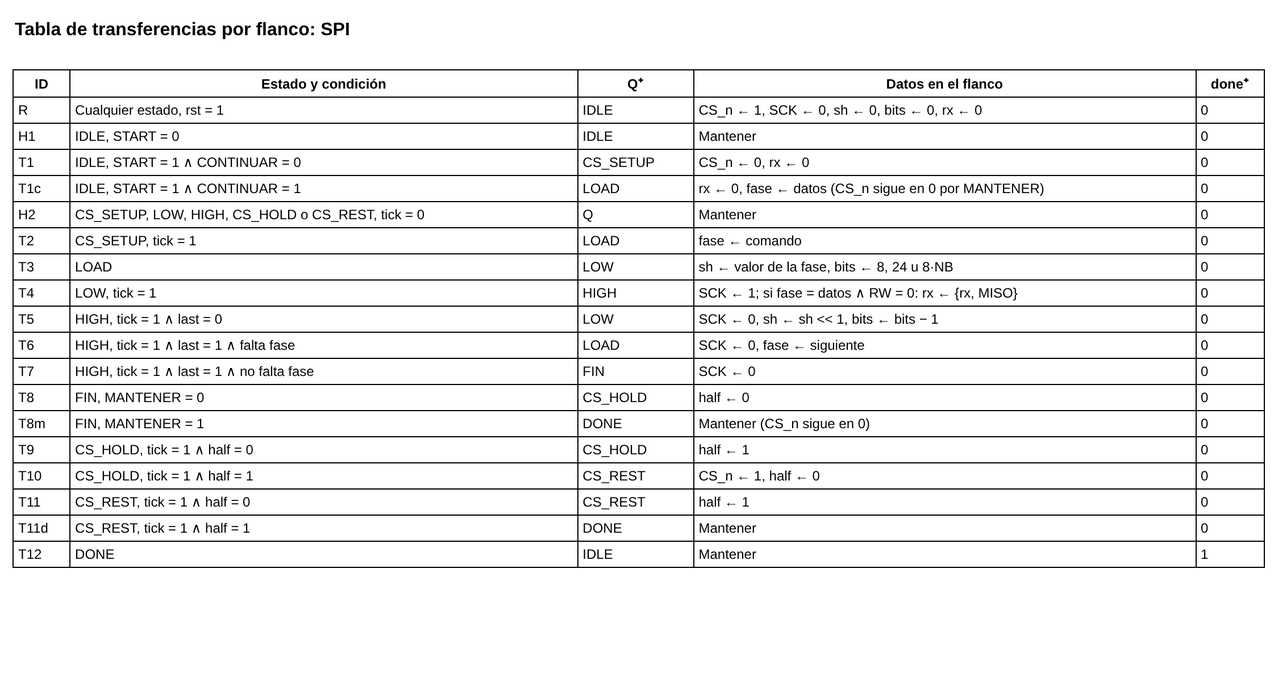
Earlier version of the draw.io export grupo1-memoria-externa/docs/diagramas/6-asmd/Grupo1_Tabla_Transferencias_SPI.drawio.png (wwilchesc/Proyecto-Final-Digital-Grupo-10). Source tidied: cells renumbered, new cells last; positions are measured from the earlier drawing's top-left corner, leaving out a move shared by most shapes. Source of this version:
```xml
<mxGraphModel background="#ffffff">
  <root>
    <mxCell id="0" />
    <mxCell id="1" parent="0" />
    <mxCell id="2" value="Tabla de transferencias por flanco: SPI" style="text;html=1;align=left;verticalAlign=middle;whiteSpace=wrap;rounded=0;fontSize=16;fontStyle=1;" parent="1" vertex="1">
      <mxGeometry width="800" height="30" as="geometry" />
    </mxCell>
    <mxCell id="3" value="&lt;table border=&quot;1&quot; cellpadding=&quot;4&quot; style=&quot;border-collapse:collapse;font-size:12px;width:100%&quot;&gt;&lt;tr&gt;&lt;th&gt;ID&lt;/th&gt;&lt;th&gt;Estado y condición&lt;/th&gt;&lt;th&gt;Q⁺&lt;/th&gt;&lt;th&gt;Datos en el flanco&lt;/th&gt;&lt;th&gt;done⁺&lt;/th&gt;&lt;/tr&gt;&lt;tr&gt;&lt;td&gt;R&lt;/td&gt;&lt;td&gt;Cualquier estado, rst = 1&lt;/td&gt;&lt;td&gt;IDLE&lt;/td&gt;&lt;td&gt;CS_n ← 1, SCK ← 0, sh ← 0, bits ← 0, rx ← 0&lt;/td&gt;&lt;td&gt;0&lt;/td&gt;&lt;/tr&gt;&lt;tr&gt;&lt;td&gt;H1&lt;/td&gt;&lt;td&gt;IDLE, START = 0&lt;/td&gt;&lt;td&gt;IDLE&lt;/td&gt;&lt;td&gt;Mantener&lt;/td&gt;&lt;td&gt;0&lt;/td&gt;&lt;/tr&gt;&lt;tr&gt;&lt;td&gt;T1&lt;/td&gt;&lt;td&gt;IDLE, START = 1 ∧ CONTINUAR = 0&lt;/td&gt;&lt;td&gt;CS_SETUP&lt;/td&gt;&lt;td&gt;CS_n ← 0, rx ← 0&lt;/td&gt;&lt;td&gt;0&lt;/td&gt;&lt;/tr&gt;&lt;tr&gt;&lt;td&gt;T1c&lt;/td&gt;&lt;td&gt;IDLE, START = 1 ∧ CONTINUAR = 1&lt;/td&gt;&lt;td&gt;LOAD&lt;/td&gt;&lt;td&gt;rx ← 0, fase ← datos (CS_n sigue en 0 por MANTENER)&lt;/td&gt;&lt;td&gt;0&lt;/td&gt;&lt;/tr&gt;&lt;tr&gt;&lt;td&gt;H2&lt;/td&gt;&lt;td&gt;CS_SETUP, LOW, HIGH, CS_HOLD o CS_REST, tick = 0&lt;/td&gt;&lt;td&gt;Q&lt;/td&gt;&lt;td&gt;Mantener&lt;/td&gt;&lt;td&gt;0&lt;/td&gt;&lt;/tr&gt;&lt;tr&gt;&lt;td&gt;T2&lt;/td&gt;&lt;td&gt;CS_SETUP, tick = 1&lt;/td&gt;&lt;td&gt;LOAD&lt;/td&gt;&lt;td&gt;fase ← comando&lt;/td&gt;&lt;td&gt;0&lt;/td&gt;&lt;/tr&gt;&lt;tr&gt;&lt;td&gt;T3&lt;/td&gt;&lt;td&gt;LOAD&lt;/td&gt;&lt;td&gt;LOW&lt;/td&gt;&lt;td&gt;sh ← valor de la fase, bits ← 8, 24 u 8·NB&lt;/td&gt;&lt;td&gt;0&lt;/td&gt;&lt;/tr&gt;&lt;tr&gt;&lt;td&gt;T4&lt;/td&gt;&lt;td&gt;LOW, tick = 1&lt;/td&gt;&lt;td&gt;HIGH&lt;/td&gt;&lt;td&gt;SCK ← 1; si fase = datos ∧ RW = 0: rx ← {rx, MISO}&lt;/td&gt;&lt;td&gt;0&lt;/td&gt;&lt;/tr&gt;&lt;tr&gt;&lt;td&gt;T5&lt;/td&gt;&lt;td&gt;HIGH, tick = 1 ∧ last = 0&lt;/td&gt;&lt;td&gt;LOW&lt;/td&gt;&lt;td&gt;SCK ← 0, sh ← sh &amp;lt;&amp;lt; 1, bits ← bits − 1&lt;/td&gt;&lt;td&gt;0&lt;/td&gt;&lt;/tr&gt;&lt;tr&gt;&lt;td&gt;T6&lt;/td&gt;&lt;td&gt;HIGH, tick = 1 ∧ last = 1 ∧ falta fase&lt;/td&gt;&lt;td&gt;LOAD&lt;/td&gt;&lt;td&gt;SCK ← 0, fase ← siguiente&lt;/td&gt;&lt;td&gt;0&lt;/td&gt;&lt;/tr&gt;&lt;tr&gt;&lt;td&gt;T7&lt;/td&gt;&lt;td&gt;HIGH, tick = 1 ∧ last = 1 ∧ no falta fase&lt;/td&gt;&lt;td&gt;FIN&lt;/td&gt;&lt;td&gt;SCK ← 0&lt;/td&gt;&lt;td&gt;0&lt;/td&gt;&lt;/tr&gt;&lt;tr&gt;&lt;td&gt;T8&lt;/td&gt;&lt;td&gt;FIN, MANTENER = 0&lt;/td&gt;&lt;td&gt;CS_HOLD&lt;/td&gt;&lt;td&gt;half ← 0&lt;/td&gt;&lt;td&gt;0&lt;/td&gt;&lt;/tr&gt;&lt;tr&gt;&lt;td&gt;T8m&lt;/td&gt;&lt;td&gt;FIN, MANTENER = 1&lt;/td&gt;&lt;td&gt;DONE&lt;/td&gt;&lt;td&gt;Mantener (CS_n sigue en 0)&lt;/td&gt;&lt;td&gt;0&lt;/td&gt;&lt;/tr&gt;&lt;tr&gt;&lt;td&gt;T9&lt;/td&gt;&lt;td&gt;CS_HOLD, tick = 1 ∧ half = 0&lt;/td&gt;&lt;td&gt;CS_HOLD&lt;/td&gt;&lt;td&gt;half ← 1&lt;/td&gt;&lt;td&gt;0&lt;/td&gt;&lt;/tr&gt;&lt;tr&gt;&lt;td&gt;T10&lt;/td&gt;&lt;td&gt;CS_HOLD, tick = 1 ∧ half = 1&lt;/td&gt;&lt;td&gt;CS_REST&lt;/td&gt;&lt;td&gt;CS_n ← 1, half ← 0&lt;/td&gt;&lt;td&gt;0&lt;/td&gt;&lt;/tr&gt;&lt;tr&gt;&lt;td&gt;T11&lt;/td&gt;&lt;td&gt;CS_REST, tick = 1 ∧ half = 0&lt;/td&gt;&lt;td&gt;CS_REST&lt;/td&gt;&lt;td&gt;half ← 1&lt;/td&gt;&lt;td&gt;0&lt;/td&gt;&lt;/tr&gt;&lt;tr&gt;&lt;td&gt;T11d&lt;/td&gt;&lt;td&gt;CS_REST, tick = 1 ∧ half = 1&lt;/td&gt;&lt;td&gt;DONE&lt;/td&gt;&lt;td&gt;Mantener&lt;/td&gt;&lt;td&gt;0&lt;/td&gt;&lt;/tr&gt;&lt;tr&gt;&lt;td&gt;T12&lt;/td&gt;&lt;td&gt;DONE&lt;/td&gt;&lt;td&gt;IDLE&lt;/td&gt;&lt;td&gt;Mantener&lt;/td&gt;&lt;td&gt;1&lt;/td&gt;&lt;/tr&gt;&lt;/table&gt;" style="text;html=1;whiteSpace=wrap;overflow=fill;align=left;verticalAlign=top;" parent="1" vertex="1">
      <mxGeometry y="50" width="1100" height="540" as="geometry" />
    </mxCell>
  </root>
</mxGraphModel>
```
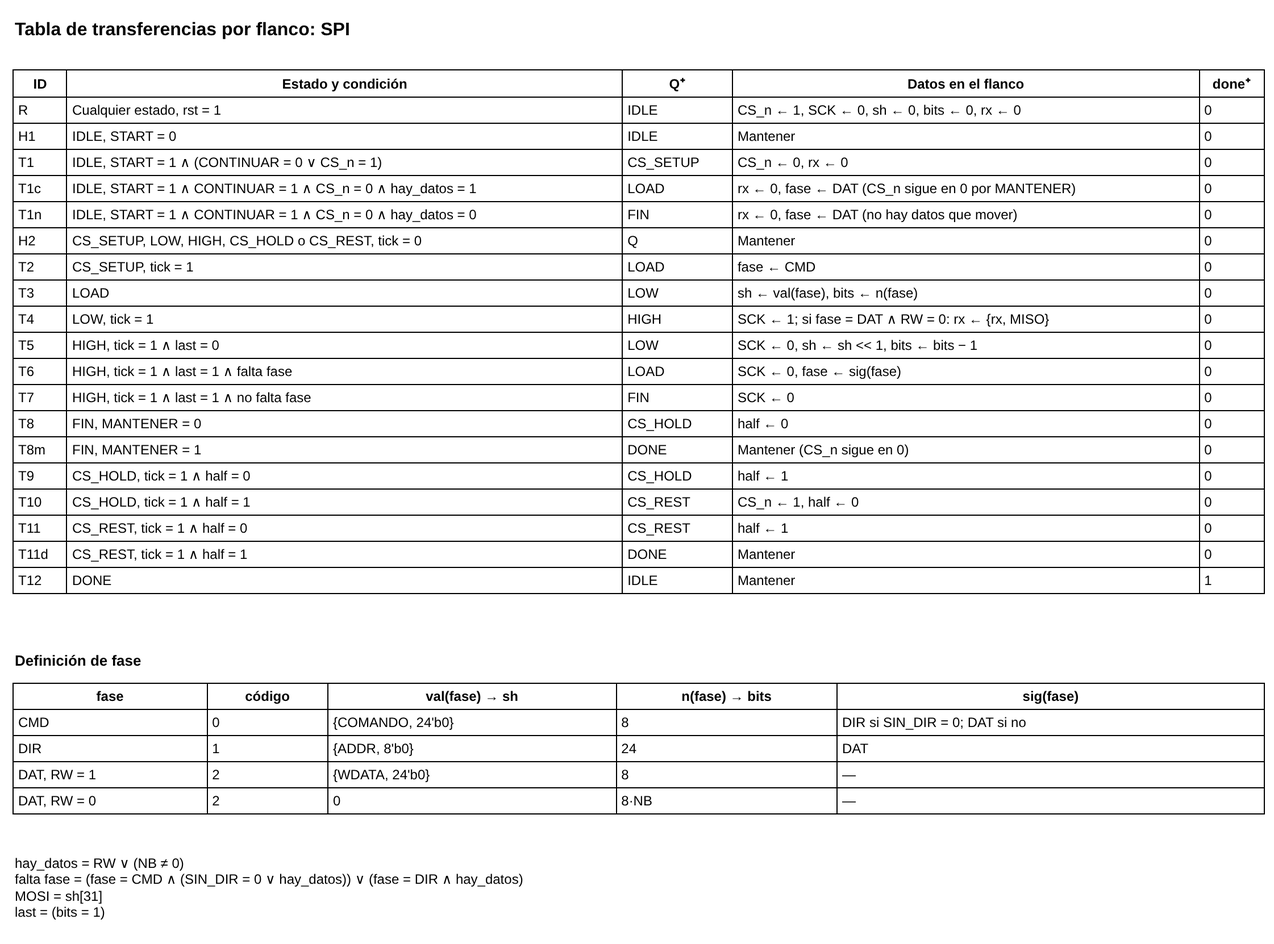
Above is the later version.

Commit message:
Grupo 1: tabla de transferencias del SPI corregida (T1n y definición de fase)

Diff of the diagram source:
```diff
@@ -1,12 +1,21 @@
 <mxGraphModel background="#ffffff">
   <root>
-    <mxCell id="0" />
-    <mxCell id="1" parent="0" />
+    <mxCell id="4" />
+    <mxCell id="5" parent="4" />
-    <mxCell id="2" value="Tabla de transferencias por flanco: SPI" style="text;html=1;align=left;verticalAlign=middle;whiteSpace=wrap;rounded=0;fontSize=16;fontStyle=1;" parent="1" vertex="1">
+    <mxCell id="2" value="Tabla de transferencias por flanco: SPI" style="text;html=1;align=left;verticalAlign=middle;whiteSpace=wrap;rounded=0;fontSize=16;fontStyle=1;" parent="5" vertex="1">
       <mxGeometry width="800" height="30" as="geometry" />
     </mxCell>
-    <mxCell id="3" value="&lt;table border=&quot;1&quot; cellpadding=&quot;4&quot; style=&quot;border-collapse:collapse;font-size:12px;width:100%&quot;&gt;&lt;tr&gt;&lt;th&gt;ID&lt;/th&gt;&lt;th&gt;Estado y condición&lt;/th&gt;&lt;th&gt;Q⁺&lt;/th&gt;&lt;th&gt;Datos en el flanco&lt;/th&gt;&lt;th&gt;done⁺&lt;/th&gt;&lt;/tr&gt;&lt;tr&gt;&lt;td&gt;R&lt;/td&gt;&lt;td&gt;Cualquier estado, rst = 1&lt;/td&gt;&lt;td&gt;IDLE&lt;/td&gt;&lt;td&gt;CS_n ← 1, SCK ← 0, sh ← 0, bits ← 0, rx ← 0&lt;/td&gt;&lt;td&gt;0&lt;/td&gt;&lt;/tr&gt;&lt;tr&gt;&lt;td&gt;H1&lt;/td&gt;&lt;td&gt;IDLE, START = 0&lt;/td&gt;&lt;td&gt;IDLE&lt;/td&gt;&lt;td&gt;Mantener&lt;/td&gt;&lt;td&gt;0&lt;/td&gt;&lt;/tr&gt;&lt;tr&gt;&lt;td&gt;T1&lt;/td&gt;&lt;td&gt;IDLE, START = 1 ∧ CONTINUAR = 0&lt;/td&gt;&lt;td&gt;CS_SETUP&lt;/td&gt;&lt;td&gt;CS_n ← 0, rx ← 0&lt;/td&gt;&lt;td&gt;0&lt;/td&gt;&lt;/tr&gt;&lt;tr&gt;&lt;td&gt;T1c&lt;/td&gt;&lt;td&gt;IDLE, START = 1 ∧ CONTINUAR = 1&lt;/td&gt;&lt;td&gt;LOAD&lt;/td&gt;&lt;td&gt;rx ← 0, fase ← datos (CS_n sigue en 0 por MANTENER)&lt;/td&gt;&lt;td&gt;0&lt;/td&gt;&lt;/tr&gt;&lt;tr&gt;&lt;td&gt;H2&lt;/td&gt;&lt;td&gt;CS_SETUP, LOW, HIGH, CS_HOLD o CS_REST, tick = 0&lt;/td&gt;&lt;td&gt;Q&lt;/td&gt;&lt;td&gt;Mantener&lt;/td&gt;&lt;td&gt;0&lt;/td&gt;&lt;/tr&gt;&lt;tr&gt;&lt;td&gt;T2&lt;/td&gt;&lt;td&gt;CS_SETUP, tick = 1&lt;/td&gt;&lt;td&gt;LOAD&lt;/td&gt;&lt;td&gt;fase ← comando&lt;/td&gt;&lt;td&gt;0&lt;/td&gt;&lt;/tr&gt;&lt;tr&gt;&lt;td&gt;T3&lt;/td&gt;&lt;td&gt;LOAD&lt;/td&gt;&lt;td&gt;LOW&lt;/td&gt;&lt;td&gt;sh ← valor de la fase, bits ← 8, 24 u 8·NB&lt;/td&gt;&lt;td&gt;0&lt;/td&gt;&lt;/tr&gt;&lt;tr&gt;&lt;td&gt;T4&lt;/td&gt;&lt;td&gt;LOW, tick = 1&lt;/td&gt;&lt;td&gt;HIGH&lt;/td&gt;&lt;td&gt;SCK ← 1; si fase = datos ∧ RW = 0: rx ← {rx, MISO}&lt;/td&gt;&lt;td&gt;0&lt;/td&gt;&lt;/tr&gt;&lt;tr&gt;&lt;td&gt;T5&lt;/td&gt;&lt;td&gt;HIGH, tick = 1 ∧ last = 0&lt;/td&gt;&lt;td&gt;LOW&lt;/td&gt;&lt;td&gt;SCK ← 0, sh ← sh &amp;lt;&amp;lt; 1, bits ← bits − 1&lt;/td&gt;&lt;td&gt;0&lt;/td&gt;&lt;/tr&gt;&lt;tr&gt;&lt;td&gt;T6&lt;/td&gt;&lt;td&gt;HIGH, tick = 1 ∧ last = 1 ∧ falta fase&lt;/td&gt;&lt;td&gt;LOAD&lt;/td&gt;&lt;td&gt;SCK ← 0, fase ← siguiente&lt;/td&gt;&lt;td&gt;0&lt;/td&gt;&lt;/tr&gt;&lt;tr&gt;&lt;td&gt;T7&lt;/td&gt;&lt;td&gt;HIGH, tick = 1 ∧ last = 1 ∧ no falta fase&lt;/td&gt;&lt;td&gt;FIN&lt;/td&gt;&lt;td&gt;SCK ← 0&lt;/td&gt;&lt;td&gt;0&lt;/td&gt;&lt;/tr&gt;&lt;tr&gt;&lt;td&gt;T8&lt;/td&gt;&lt;td&gt;FIN, MANTENER = 0&lt;/td&gt;&lt;td&gt;CS_HOLD&lt;/td&gt;&lt;td&gt;half ← 0&lt;/td&gt;&lt;td&gt;0&lt;/td&gt;&lt;/tr&gt;&lt;tr&gt;&lt;td&gt;T8m&lt;/td&gt;&lt;td&gt;FIN, MANTENER = 1&lt;/td&gt;&lt;td&gt;DONE&lt;/td&gt;&lt;td&gt;Mantener (CS_n sigue en 0)&lt;/td&gt;&lt;td&gt;0&lt;/td&gt;&lt;/tr&gt;&lt;tr&gt;&lt;td&gt;T9&lt;/td&gt;&lt;td&gt;CS_HOLD, tick = 1 ∧ half = 0&lt;/td&gt;&lt;td&gt;CS_HOLD&lt;/td&gt;&lt;td&gt;half ← 1&lt;/td&gt;&lt;td&gt;0&lt;/td&gt;&lt;/tr&gt;&lt;tr&gt;&lt;td&gt;T10&lt;/td&gt;&lt;td&gt;CS_HOLD, tick = 1 ∧ half = 1&lt;/td&gt;&lt;td&gt;CS_REST&lt;/td&gt;&lt;td&gt;CS_n ← 1, half ← 0&lt;/td&gt;&lt;td&gt;0&lt;/td&gt;&lt;/tr&gt;&lt;tr&gt;&lt;td&gt;T11&lt;/td&gt;&lt;td&gt;CS_REST, tick = 1 ∧ half = 0&lt;/td&gt;&lt;td&gt;CS_REST&lt;/td&gt;&lt;td&gt;half ← 1&lt;/td&gt;&lt;td&gt;0&lt;/td&gt;&lt;/tr&gt;&lt;tr&gt;&lt;td&gt;T11d&lt;/td&gt;&lt;td&gt;CS_REST, tick = 1 ∧ half = 1&lt;/td&gt;&lt;td&gt;DONE&lt;/td&gt;&lt;td&gt;Mantener&lt;/td&gt;&lt;td&gt;0&lt;/td&gt;&lt;/tr&gt;&lt;tr&gt;&lt;td&gt;T12&lt;/td&gt;&lt;td&gt;DONE&lt;/td&gt;&lt;td&gt;IDLE&lt;/td&gt;&lt;td&gt;Mantener&lt;/td&gt;&lt;td&gt;1&lt;/td&gt;&lt;/tr&gt;&lt;/table&gt;" style="text;html=1;whiteSpace=wrap;overflow=fill;align=left;verticalAlign=top;" parent="1" vertex="1">
-      <mxGeometry y="50" width="1100" height="540" as="geometry" />
-    </mxCell>
+    <mxCell id="6" value="&lt;table border=&quot;1&quot; cellpadding=&quot;4&quot; style=&quot;border-collapse:collapse;font-size:12px;width:100%&quot;&gt;&lt;tr&gt;&lt;th&gt;ID&lt;/th&gt;&lt;th&gt;Estado y condición&lt;/th&gt;&lt;th&gt;Q⁺&lt;/th&gt;&lt;th&gt;Datos en el flanco&lt;/th&gt;&lt;th&gt;done⁺&lt;/th&gt;&lt;/tr&gt;&lt;tr&gt;&lt;td&gt;R&lt;/td&gt;&lt;td&gt;Cualquier estado, rst = 1&lt;/td&gt;&lt;td&gt;IDLE&lt;/td&gt;&lt;td&gt;CS_n ← 1, SCK ← 0, sh ← 0, bits ← 0, rx ← 0&lt;/td&gt;&lt;td&gt;0&lt;/td&gt;&lt;/tr&gt;&lt;tr&gt;&lt;td&gt;H1&lt;/td&gt;&lt;td&gt;IDLE, START = 0&lt;/td&gt;&lt;td&gt;IDLE&lt;/td&gt;&lt;td&gt;Mantener&lt;/td&gt;&lt;td&gt;0&lt;/td&gt;&lt;/tr&gt;&lt;tr&gt;&lt;td&gt;T1&lt;/td&gt;&lt;td&gt;IDLE, START = 1 ∧ (CONTINUAR = 0 ∨ CS_n = 1)&lt;/td&gt;&lt;td&gt;CS_SETUP&lt;/td&gt;&lt;td&gt;CS_n ← 0, rx ← 0&lt;/td&gt;&lt;td&gt;0&lt;/td&gt;&lt;/tr&gt;&lt;tr&gt;&lt;td&gt;T1c&lt;/td&gt;&lt;td&gt;IDLE, START = 1 ∧ CONTINUAR = 1 ∧ CS_n = 0 ∧ hay_datos = 1&lt;/td&gt;&lt;td&gt;LOAD&lt;/td&gt;&lt;td&gt;rx ← 0, fase ← DAT (CS_n sigue en 0 por MANTENER)&lt;/td&gt;&lt;td&gt;0&lt;/td&gt;&lt;/tr&gt;&lt;tr&gt;&lt;td&gt;T1n&lt;/td&gt;&lt;td&gt;IDLE, START = 1 ∧ CONTINUAR = 1 ∧ CS_n = 0 ∧ hay_datos = 0&lt;/td&gt;&lt;td&gt;FIN&lt;/td&gt;&lt;td&gt;rx ← 0, fase ← DAT (no hay datos que mover)&lt;/td&gt;&lt;td&gt;0&lt;/td&gt;&lt;/tr&gt;&lt;tr&gt;&lt;td&gt;H2&lt;/td&gt;&lt;td&gt;CS_SETUP, LOW, HIGH, CS_HOLD o CS_REST, tick = 0&lt;/td&gt;&lt;td&gt;Q&lt;/td&gt;&lt;td&gt;Mantener&lt;/td&gt;&lt;td&gt;0&lt;/td&gt;&lt;/tr&gt;&lt;tr&gt;&lt;td&gt;T2&lt;/td&gt;&lt;td&gt;CS_SETUP, tick = 1&lt;/td&gt;&lt;td&gt;LOAD&lt;/td&gt;&lt;td&gt;fase ← CMD&lt;/td&gt;&lt;td&gt;0&lt;/td&gt;&lt;/tr&gt;&lt;tr&gt;&lt;td&gt;T3&lt;/td&gt;&lt;td&gt;LOAD&lt;/td&gt;&lt;td&gt;LOW&lt;/td&gt;&lt;td&gt;sh ← val(fase), bits ← n(fase)&lt;/td&gt;&lt;td&gt;0&lt;/td&gt;&lt;/tr&gt;&lt;tr&gt;&lt;td&gt;T4&lt;/td&gt;&lt;td&gt;LOW, tick = 1&lt;/td&gt;&lt;td&gt;HIGH&lt;/td&gt;&lt;td&gt;SCK ← 1; si fase = DAT ∧ RW = 0: rx ← {rx, MISO}&lt;/td&gt;&lt;td&gt;0&lt;/td&gt;&lt;/tr&gt;&lt;tr&gt;&lt;td&gt;T5&lt;/td&gt;&lt;td&gt;HIGH, tick = 1 ∧ last = 0&lt;/td&gt;&lt;td&gt;LOW&lt;/td&gt;&lt;td&gt;SCK ← 0, sh ← sh &amp;lt;&amp;lt; 1, bits ← bits − 1&lt;/td&gt;&lt;td&gt;0&lt;/td&gt;&lt;/tr&gt;&lt;tr&gt;&lt;td&gt;T6&lt;/td&gt;&lt;td&gt;HIGH, tick = 1 ∧ last = 1 ∧ falta fase&lt;/td&gt;&lt;td&gt;LOAD&lt;/td&gt;&lt;td&gt;SCK ← 0, fase ← sig(fase)&lt;/td&gt;&lt;td&gt;0&lt;/td&gt;&lt;/tr&gt;&lt;tr&gt;&lt;td&gt;T7&lt;/td&gt;&lt;td&gt;HIGH, tick = 1 ∧ last = 1 ∧ no falta fase&lt;/td&gt;&lt;td&gt;FIN&lt;/td&gt;&lt;td&gt;SCK ← 0&lt;/td&gt;&lt;td&gt;0&lt;/td&gt;&lt;/tr&gt;&lt;tr&gt;&lt;td&gt;T8&lt;/td&gt;&lt;td&gt;FIN, MANTENER = 0&lt;/td&gt;&lt;td&gt;CS_HOLD&lt;/td&gt;&lt;td&gt;half ← 0&lt;/td&gt;&lt;td&gt;0&lt;/td&gt;&lt;/tr&gt;&lt;tr&gt;&lt;td&gt;T8m&lt;/td&gt;&lt;td&gt;FIN, MANTENER = 1&lt;/td&gt;&lt;td&gt;DONE&lt;/td&gt;&lt;td&gt;Mantener (CS_n sigue en 0)&lt;/td&gt;&lt;td&gt;0&lt;/td&gt;&lt;/tr&gt;&lt;tr&gt;&lt;td&gt;T9&lt;/td&gt;&lt;td&gt;CS_HOLD, tick = 1 ∧ half = 0&lt;/td&gt;&lt;td&gt;CS_HOLD&lt;/td&gt;&lt;td&gt;half ← 1&lt;/td&gt;&lt;td&gt;0&lt;/td&gt;&lt;/tr&gt;&lt;tr&gt;&lt;td&gt;T10&lt;/td&gt;&lt;td&gt;CS_HOLD, tick = 1 ∧ half = 1&lt;/td&gt;&lt;td&gt;CS_REST&lt;/td&gt;&lt;td&gt;CS_n ← 1, half ← 0&lt;/td&gt;&lt;td&gt;0&lt;/td&gt;&lt;/tr&gt;&lt;tr&gt;&lt;td&gt;T11&lt;/td&gt;&lt;td&gt;CS_REST, tick = 1 ∧ half = 0&lt;/td&gt;&lt;td&gt;CS_REST&lt;/td&gt;&lt;td&gt;half ← 1&lt;/td&gt;&lt;td&gt;0&lt;/td&gt;&lt;/tr&gt;&lt;tr&gt;&lt;td&gt;T11d&lt;/td&gt;&lt;td&gt;CS_REST, tick = 1 ∧ half = 1&lt;/td&gt;&lt;td&gt;DONE&lt;/td&gt;&lt;td&gt;Mantener&lt;/td&gt;&lt;td&gt;0&lt;/td&gt;&lt;/tr&gt;&lt;tr&gt;&lt;td&gt;T12&lt;/td&gt;&lt;td&gt;DONE&lt;/td&gt;&lt;td&gt;IDLE&lt;/td&gt;&lt;td&gt;Mantener&lt;/td&gt;&lt;td&gt;1&lt;/td&gt;&lt;/tr&gt;&lt;/table&gt;" style="text;html=1;whiteSpace=wrap;overflow=fill;align=left;verticalAlign=top;" parent="5" vertex="1">
+      <mxGeometry y="50" width="1100" height="560" as="geometry" />
+    </mxCell>
+    <mxCell id="7" value="&lt;b&gt;Definición de fase&lt;/b&gt;" style="text;html=1;align=left;verticalAlign=middle;whiteSpace=wrap;rounded=0;fontSize=13;" parent="5" vertex="1">
+      <mxGeometry y="560" width="1100" height="20" as="geometry" />
+    </mxCell>
+    <mxCell id="8" value="&lt;table border=&quot;1&quot; cellpadding=&quot;4&quot; style=&quot;border-collapse:collapse;font-size:12px;width:100%&quot;&gt;&lt;tr&gt;&lt;th&gt;fase&lt;/th&gt;&lt;th&gt;código&lt;/th&gt;&lt;th&gt;val(fase) → sh&lt;/th&gt;&lt;th&gt;n(fase) → bits&lt;/th&gt;&lt;th&gt;sig(fase)&lt;/th&gt;&lt;/tr&gt;&lt;tr&gt;&lt;td&gt;CMD&lt;/td&gt;&lt;td&gt;0&lt;/td&gt;&lt;td&gt;{COMANDO, 24'b0}&lt;/td&gt;&lt;td&gt;8&lt;/td&gt;&lt;td&gt;DIR si SIN_DIR = 0; DAT si no&lt;/td&gt;&lt;/tr&gt;&lt;tr&gt;&lt;td&gt;DIR&lt;/td&gt;&lt;td&gt;1&lt;/td&gt;&lt;td&gt;{ADDR, 8'b0}&lt;/td&gt;&lt;td&gt;24&lt;/td&gt;&lt;td&gt;DAT&lt;/td&gt;&lt;/tr&gt;&lt;tr&gt;&lt;td&gt;DAT, RW = 1&lt;/td&gt;&lt;td&gt;2&lt;/td&gt;&lt;td&gt;{WDATA, 24'b0}&lt;/td&gt;&lt;td&gt;8&lt;/td&gt;&lt;td&gt;—&lt;/td&gt;&lt;/tr&gt;&lt;tr&gt;&lt;td&gt;DAT, RW = 0&lt;/td&gt;&lt;td&gt;2&lt;/td&gt;&lt;td&gt;0&lt;/td&gt;&lt;td&gt;8·NB&lt;/td&gt;&lt;td&gt;—&lt;/td&gt;&lt;/tr&gt;&lt;/table&gt;" style="text;html=1;whiteSpace=wrap;overflow=fill;align=left;verticalAlign=top;" parent="5" vertex="1">
+      <mxGeometry y="590" width="1100" height="130" as="geometry" />
+    </mxCell>
+    <mxCell id="9" value="hay_datos = RW ∨ (NB ≠ 0)&lt;br&gt;falta fase = (fase = CMD ∧ (SIN_DIR = 0 ∨ hay_datos)) ∨ (fase = DIR ∧ hay_datos)&lt;br&gt;MOSI = sh[31]&lt;br&gt;last = (bits = 1)" style="text;html=1;align=left;verticalAlign=middle;whiteSpace=wrap;rounded=0;fontSize=12;" parent="5" vertex="1">
+      <mxGeometry y="730" width="1100" height="80" as="geometry" />
+    </mxCell>
   </root>
 </mxGraphModel>
```
